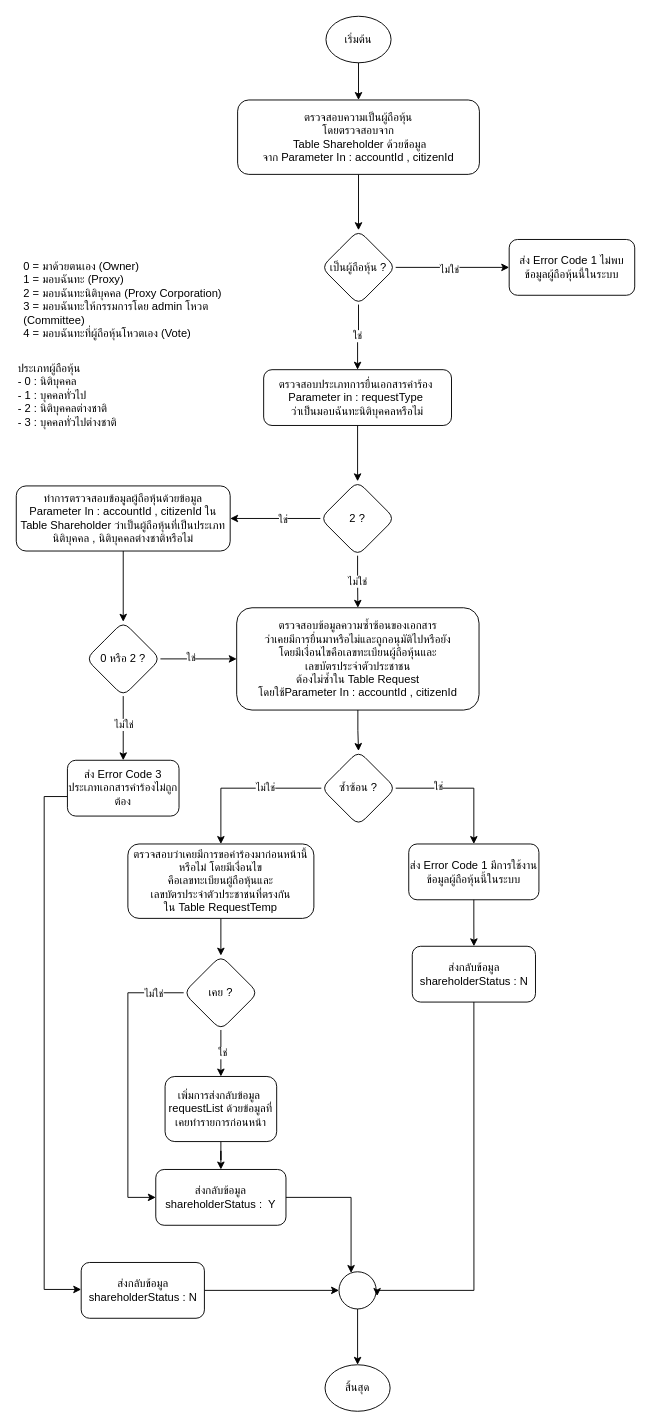
charifrodmanee/charifrodmanee keeps this draw.io diagram as checkShareHolderAvailable.drawio. Above is the earlier version. Source tidied: cells renumbered, new cells numbered last; positions are measured from the earlier drawing's top-left corner, leaving out a move shared by most shapes. Both pictures are drawn from the tidied source at 93%, with x=0, y=0 at pixel (16, 16).
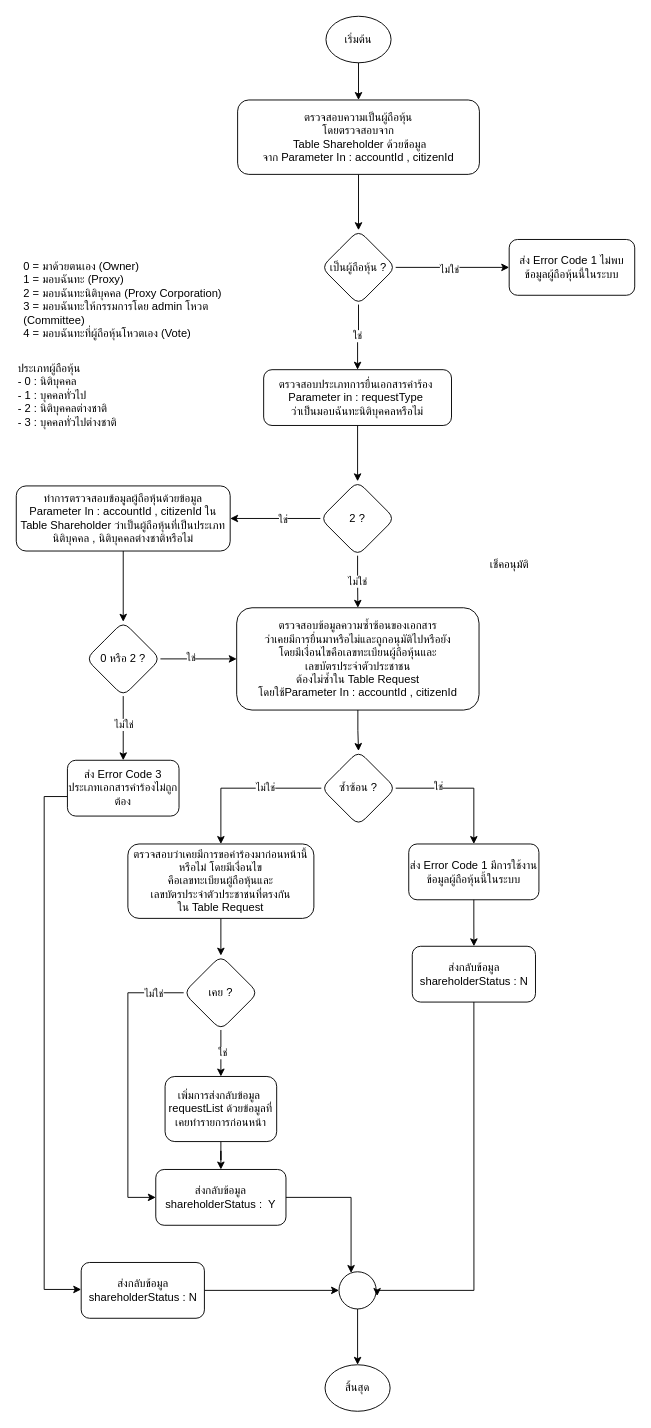
Above is the later version.

Change to the diagram source:
```diff
@@
-    <mxCell id="47" value="ตรวจสอบว่าเคยมีการขอคำร้องมาก่อนหน้านี้หรือไม่ โดยมีเงื่อนไข&lt;br&gt;คือเลขทะเบียนผู้ถือหุ้นและ&lt;br&gt;เลขบัตรประจำตัวประชาชนที่ตรงกัน&lt;br&gt;ใน Table RequestTemp" style="whiteSpace=wrap;html=1;rounded=1;" parent="1" vertex="1">
+    <mxCell id="47" value="ตรวจสอบว่าเคยมีการขอคำร้องมาก่อนหน้านี้หรือไม่ โดยมีเงื่อนไข&lt;br&gt;คือเลขทะเบียนผู้ถือหุ้นและ&lt;br&gt;เลขบัตรประจำตัวประชาชนที่ตรงกัน&lt;br&gt;ใน Table Request" style="whiteSpace=wrap;html=1;rounded=1;" parent="1" vertex="1">
       <mxGeometry x="120" y="890" width="200" height="80" as="geometry" />
     </mxCell>
@@
+    <mxCell id="57" value="เช็คอนุมัติ" style="text;html=1;align=center;verticalAlign=middle;strokeColor=none;fillColor=none;" parent="1" vertex="1">
+      <mxGeometry x="495" y="575" width="70" height="30" as="geometry" />
+    </mxCell>
```
